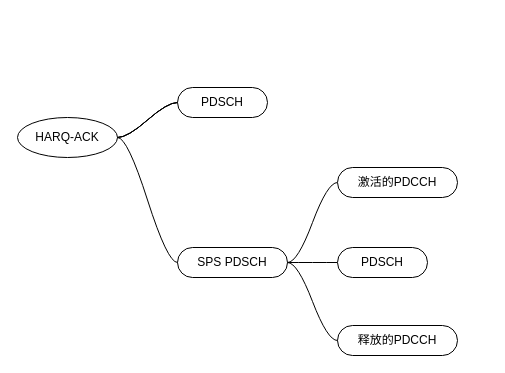
wubobupt/AI-Expert-Roadmap keeps this draw.io diagram as 未命名绘图.drawio. Above is the earlier version. Source tidied: cells renumbered, new cells numbered last; positions are measured from the earlier drawing's top-left corner, leaving out a move shared by most shapes. Both pictures are drawn from the tidied source at 100%, with x=0, y=0 at pixel (17, 87).
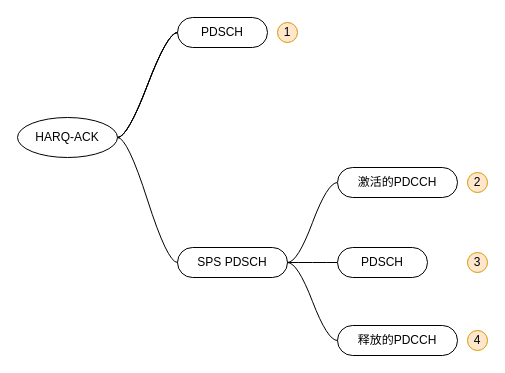
Above is the later version.

Commit message (it also covers changes not shown here):
更新未命名绘图.drawio

The edit, as a diff of the source:
```diff
@@
     <mxCell id="5" value="PDSCH" style="whiteSpace=wrap;html=1;rounded=1;arcSize=50;align=center;verticalAlign=middle;strokeWidth=1;spacing=4;newEdgeStyle={&quot;edgeStyle&quot;:&quot;entityRelationEdgeStyle&quot;,&quot;startArrow&quot;:&quot;none&quot;,&quot;endArrow&quot;:&quot;none&quot;,&quot;segment&quot;:10,&quot;curved&quot;:1,&quot;sourcePerimeterSpacing&quot;:0,&quot;targetPerimeterSpacing&quot;:0};" parent="1" vertex="1">
-      <mxGeometry x="160" width="90" height="30" as="geometry" />
+      <mxGeometry x="160" y="-70" width="90" height="30" as="geometry" />
     </mxCell>
@@
+    <mxCell id="15" value="1" style="ellipse;whiteSpace=wrap;html=1;fillColor=#ffe6cc;strokeColor=#d79b00;" parent="1" vertex="1">
+      <mxGeometry x="260" y="-65" width="20" height="20" as="geometry" />
+    </mxCell>
+    <mxCell id="16" value="2" style="ellipse;whiteSpace=wrap;html=1;fillColor=#ffe6cc;strokeColor=#d79b00;" parent="1" vertex="1">
+      <mxGeometry x="450" y="85" width="20" height="20" as="geometry" />
+    </mxCell>
+    <mxCell id="17" value="3" style="ellipse;whiteSpace=wrap;html=1;fillColor=#ffe6cc;strokeColor=#d79b00;" parent="1" vertex="1">
+      <mxGeometry x="450" y="165" width="20" height="20" as="geometry" />
+    </mxCell>
+    <mxCell id="18" value="4" style="ellipse;whiteSpace=wrap;html=1;fillColor=#ffe6cc;strokeColor=#d79b00;" parent="1" vertex="1">
+      <mxGeometry x="450" y="243" width="20" height="20" as="geometry" />
+    </mxCell>
```
